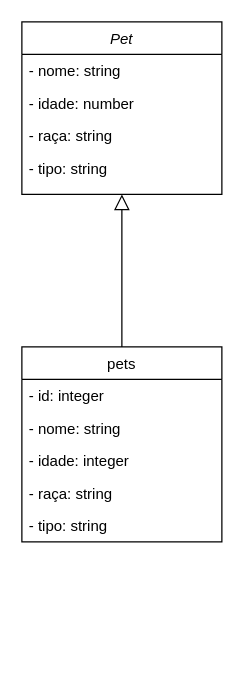
Earlier version of the draw.io diagram Diagrama sem nome.drawio (hcard0so/cadastro-pet). Source tidied: cells renumbered, new cells numbered last; positions are measured from the earlier drawing's top-left corner, leaving out a move shared by most shapes. Both pictures are drawn from the tidied source at 125%, with x=0, y=0 at pixel (21, 21).
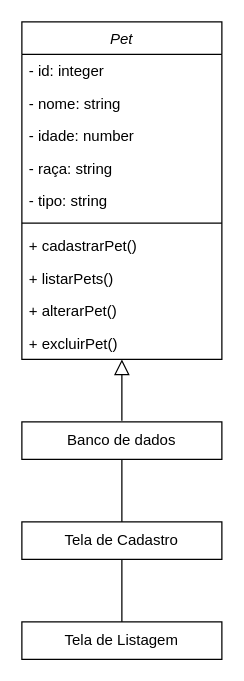
Above is the later version.

Change to the diagram source:
```diff
@@
 <mxGraphModel>
   <root>
     <mxCell id="0" />
     <mxCell id="1" parent="0" />
     <mxCell id="2" value="Pet" style="swimlane;fontStyle=2;align=center;verticalAlign=top;horizontal=1;startSize=26;rounded=0;shadow=0;strokeWidth=1;" parent="1" vertex="1">
-      <mxGeometry width="160" height="138" as="geometry" />
+      <mxGeometry width="160" height="270" as="geometry" />
     </mxCell>
-    <mxCell id="3" value="- nome: string" style="text;align=left;verticalAlign=top;spacingLeft=4;spacingRight=4;overflow=hidden;" parent="2" vertex="1">
+    <mxCell id="3" value="- id: integer" style="text;align=left;verticalAlign=top;spacingLeft=4;spacingRight=4;overflow=hidden;" parent="2" vertex="1">
       <mxGeometry y="26" width="160" height="26" as="geometry" />
     </mxCell>
+    <mxCell id="9" value="- nome: string" style="text;align=left;verticalAlign=top;spacingLeft=4;spacingRight=4;overflow=hidden;" parent="2" vertex="1">
+      <mxGeometry y="52" width="160" height="26" as="geometry" />
+    </mxCell>
     <mxCell id="4" value="- idade: number" style="text;align=left;verticalAlign=top;spacingLeft=4;spacingRight=4;overflow=hidden;rounded=0;shadow=0;html=0;" parent="2" vertex="1">
-      <mxGeometry y="52" width="160" height="26" as="geometry" />
+      <mxGeometry y="78" width="160" height="26" as="geometry" />
     </mxCell>
     <mxCell id="5" value="- raça: string" style="text;align=left;verticalAlign=top;spacingLeft=4;spacingRight=4;overflow=hidden;rounded=0;shadow=0;html=0;" parent="2" vertex="1">
-      <mxGeometry y="78" width="160" height="26" as="geometry" />
+      <mxGeometry y="104" width="160" height="26" as="geometry" />
     </mxCell>
+    <mxCell id="12" value="- tipo: string" style="text;align=left;verticalAlign=top;spacingLeft=4;spacingRight=4;overflow=hidden;rounded=0;shadow=0;html=0;" parent="2" vertex="1">
+      <mxGeometry y="130" width="160" height="26" as="geometry" />
+    </mxCell>
+    <mxCell id="14" style="line;strokeWidth=1;fillColor=none;align=left;verticalAlign=middle;spacingTop=-1;spacingLeft=3;spacingRight=3;labelPosition=right;strokeColor=inherit;" parent="2" vertex="1">
+      <mxGeometry y="156" width="160" height="10" as="geometry" />
+    </mxCell>
-    <mxCell id="6" value="- tipo: string" style="text;align=left;verticalAlign=top;spacingLeft=4;spacingRight=4;overflow=hidden;rounded=0;shadow=0;html=0;" parent="2" vertex="1">
-      <mxGeometry y="104" width="160" height="26" as="geometry" />
+    <mxCell id="6" value="+ cadastrarPet()" style="text;align=left;verticalAlign=top;spacingLeft=4;spacingRight=4;overflow=hidden;rounded=0;shadow=0;html=0;" parent="2" vertex="1">
+      <mxGeometry y="166" width="160" height="26" as="geometry" />
     </mxCell>
-    <mxCell id="7" value="pets" style="swimlane;fontStyle=0;align=center;verticalAlign=top;horizontal=1;startSize=26;rounded=0;shadow=0;strokeWidth=1;" parent="1" vertex="1">
-      <mxGeometry y="260" width="160" height="156" as="geometry" />
-    </mxCell>
-    <mxCell id="8" value="- id: integer" style="text;align=left;verticalAlign=top;spacingLeft=4;spacingRight=4;overflow=hidden;" parent="7" vertex="1">
-      <mxGeometry y="26" width="160" height="26" as="geometry" />
-    </mxCell>
-    <mxCell id="9" value="- nome: string" style="text;align=left;verticalAlign=top;spacingLeft=4;spacingRight=4;overflow=hidden;rounded=0;shadow=0;html=0;" parent="7" vertex="1">
-      <mxGeometry y="52" width="160" height="26" as="geometry" />
-    </mxCell>
-    <mxCell id="10" value="- idade: integer" style="text;align=left;verticalAlign=top;spacingLeft=4;spacingRight=4;overflow=hidden;rounded=0;shadow=0;html=0;" parent="7" vertex="1">
-      <mxGeometry y="78" width="160" height="26" as="geometry" />
-    </mxCell>
-    <mxCell id="11" value="- raça: string" style="text;align=left;verticalAlign=top;spacingLeft=4;spacingRight=4;overflow=hidden;rounded=0;shadow=0;html=0;" parent="7" vertex="1">
-      <mxGeometry y="104" width="160" height="26" as="geometry" />
-    </mxCell>
-    <mxCell id="12" value="- tipo: string" style="text;align=left;verticalAlign=top;spacingLeft=4;spacingRight=4;overflow=hidden;rounded=0;shadow=0;html=0;" parent="7" vertex="1">
-      <mxGeometry y="130" width="160" height="26" as="geometry" />
-    </mxCell>
+    <mxCell id="15" value="+ listarPets()" style="text;align=left;verticalAlign=top;spacingLeft=4;spacingRight=4;overflow=hidden;rounded=0;shadow=0;html=0;" parent="2" vertex="1">
+      <mxGeometry y="192" width="160" height="26" as="geometry" />
+    </mxCell>
+    <mxCell id="16" value="+ alterarPet()" style="text;align=left;verticalAlign=top;spacingLeft=4;spacingRight=4;overflow=hidden;rounded=0;shadow=0;html=0;" parent="2" vertex="1">
+      <mxGeometry y="218" width="160" height="26" as="geometry" />
+    </mxCell>
+    <mxCell id="17" value="+ excluirPet()" style="text;align=left;verticalAlign=top;spacingLeft=4;spacingRight=4;overflow=hidden;rounded=0;shadow=0;html=0;" parent="2" vertex="1">
+      <mxGeometry y="244" width="160" height="26" as="geometry" />
+    </mxCell>
-    <mxCell id="13" style="endArrow=block;endSize=10;endFill=0;shadow=0;strokeWidth=1;rounded=0;edgeStyle=elbowEdgeStyle;elbow=vertical;" parent="1" edge="1" source="7" target="2">
-      <mxGeometry relative="1" as="geometry" />
+    <mxCell id="13" style="endArrow=block;endSize=10;endFill=0;shadow=0;strokeWidth=1;rounded=0;edgeStyle=elbowEdgeStyle;elbow=vertical;" parent="1" edge="1" target="2">
+      <mxGeometry relative="1" as="geometry">
+        <mxPoint x="80" y="319" as="sourcePoint" />
+      </mxGeometry>
     </mxCell>
+    <mxCell id="18" value="Banco de dados" style="html=1;whiteSpace=wrap;" parent="1" vertex="1">
+      <mxGeometry y="320" width="160" height="30" as="geometry" />
+    </mxCell>
+    <mxCell id="19" style="edgeStyle=orthogonalEdgeStyle;rounded=0;jettySize=auto;html=1;endArrow=none;endFill=0;" parent="1" edge="1" source="20" target="18">
+      <mxGeometry relative="1" as="geometry" />
+    </mxCell>
+    <mxCell id="20" value="Tela de Cadastro" style="html=1;whiteSpace=wrap;" parent="1" vertex="1">
+      <mxGeometry y="400" width="160" height="30" as="geometry" />
+    </mxCell>
+    <mxCell id="21" style="edgeStyle=orthogonalEdgeStyle;rounded=0;jettySize=auto;html=1;entryX=0.5;entryY=1;entryDx=0;entryDy=0;endArrow=none;endFill=0;" parent="1" edge="1" source="22" target="20">
+      <mxGeometry relative="1" as="geometry" />
+    </mxCell>
+    <mxCell id="22" value="Tela de Listagem" style="html=1;whiteSpace=wrap;" parent="1" vertex="1">
+      <mxGeometry y="480" width="160" height="30" as="geometry" />
+    </mxCell>
   </root>
 </mxGraphModel>
```
